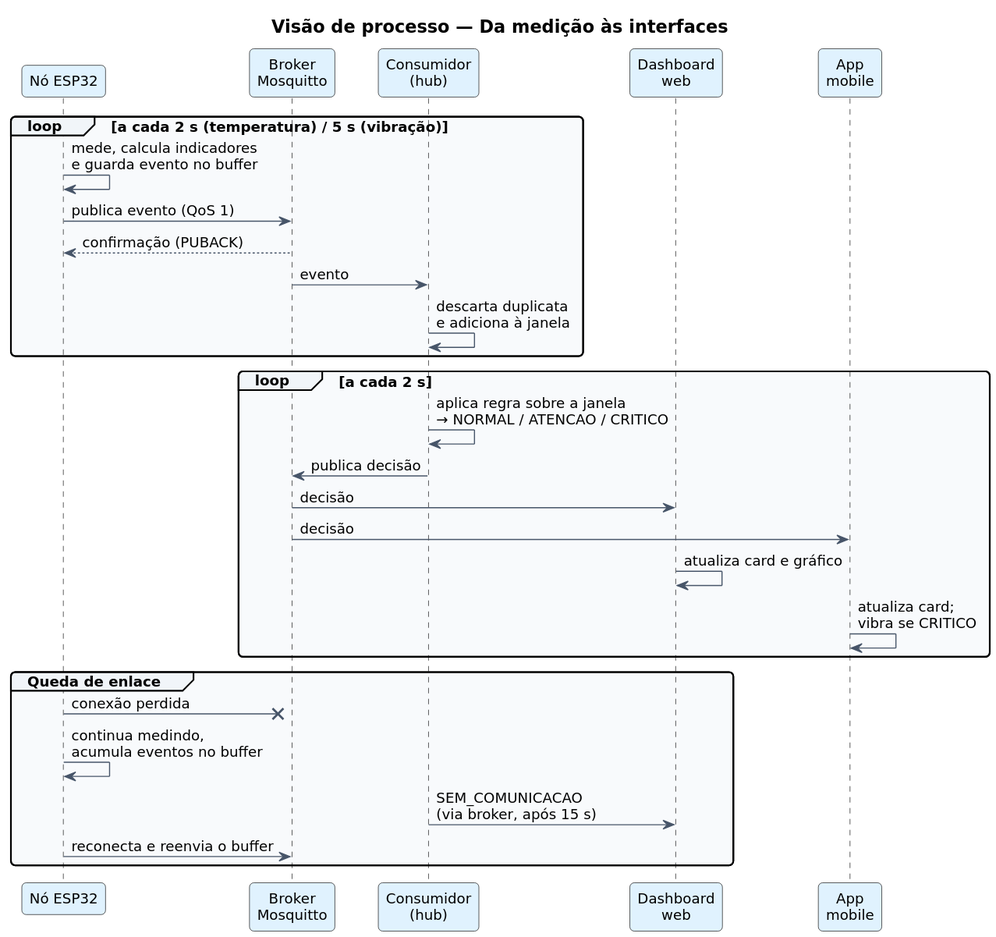
Before: docs/diagramas/svg/processo.svg, a diagram exported from PlantUML (UFG-INF-SSU-2026/swifties).
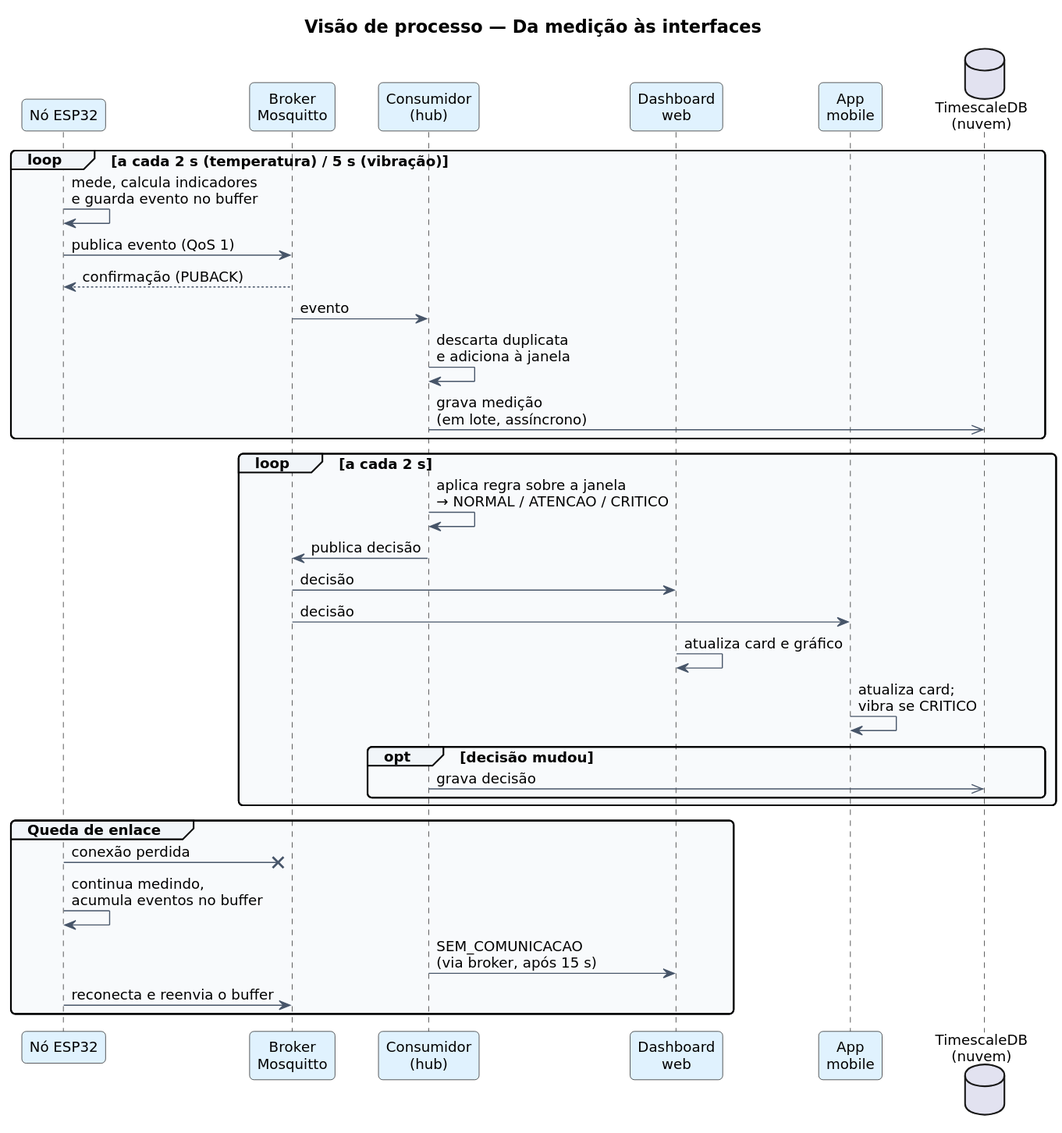
The same file after the commit.

Commit message:
docs: inclui a persistência no TimescaleDB

What changed in the source:
```diff
@@ -7,6 +7,7 @@
 participant "Consumidor\n(hub)" as Hub
 participant "Dashboard\nweb" as Dash
 participant "App\nmobile" as App
+database "TimescaleDB\n(nuvem)" as DB
 
 loop a cada 2 s (temperatura) / 5 s (vibração)
   No -> No : mede, calcula indicadores\ne guarda evento no buffer
@@ -14,6 +15,7 @@
   Broker --> No : confirmação (PUBACK)
   Broker -> Hub : evento
   Hub -> Hub : descarta duplicata\ne adiciona à janela
+  Hub ->> DB : grava medição\n(em lote, assíncrono)
 end
 
 loop a cada 2 s
@@ -23,6 +25,9 @@
   Broker -> App : decisão
   Dash -> Dash : atualiza card e gráfico
   App -> App : atualiza card;\nvibra se CRITICO
+  opt decisão mudou
+    Hub ->> DB : grava decisão
+  end
 end
 
 group Queda de enlace
```
